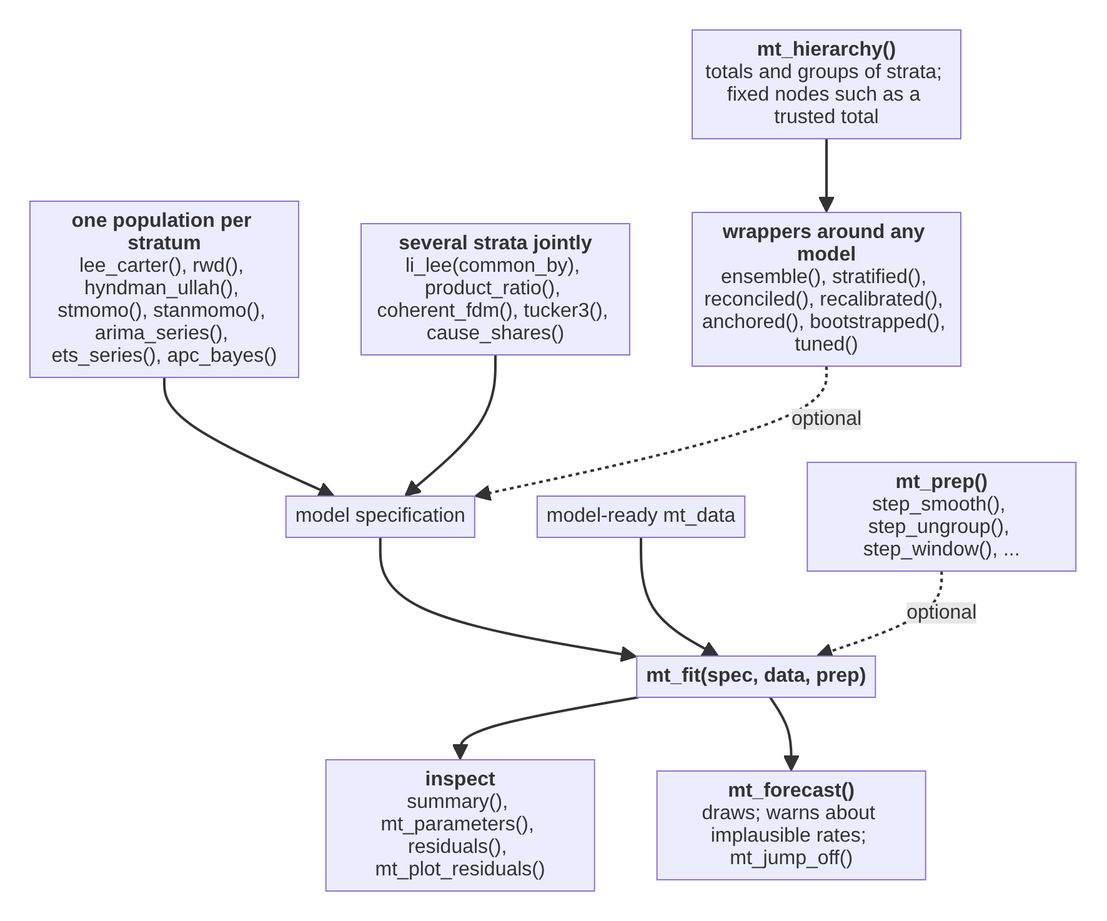
kalleEF/mortensor keeps this Mermaid diagram as vignettes/articles/function-map-models.png. Above is the earlier version. Its source is kept beside it as dev/diagrams/function-map-models.mmd.
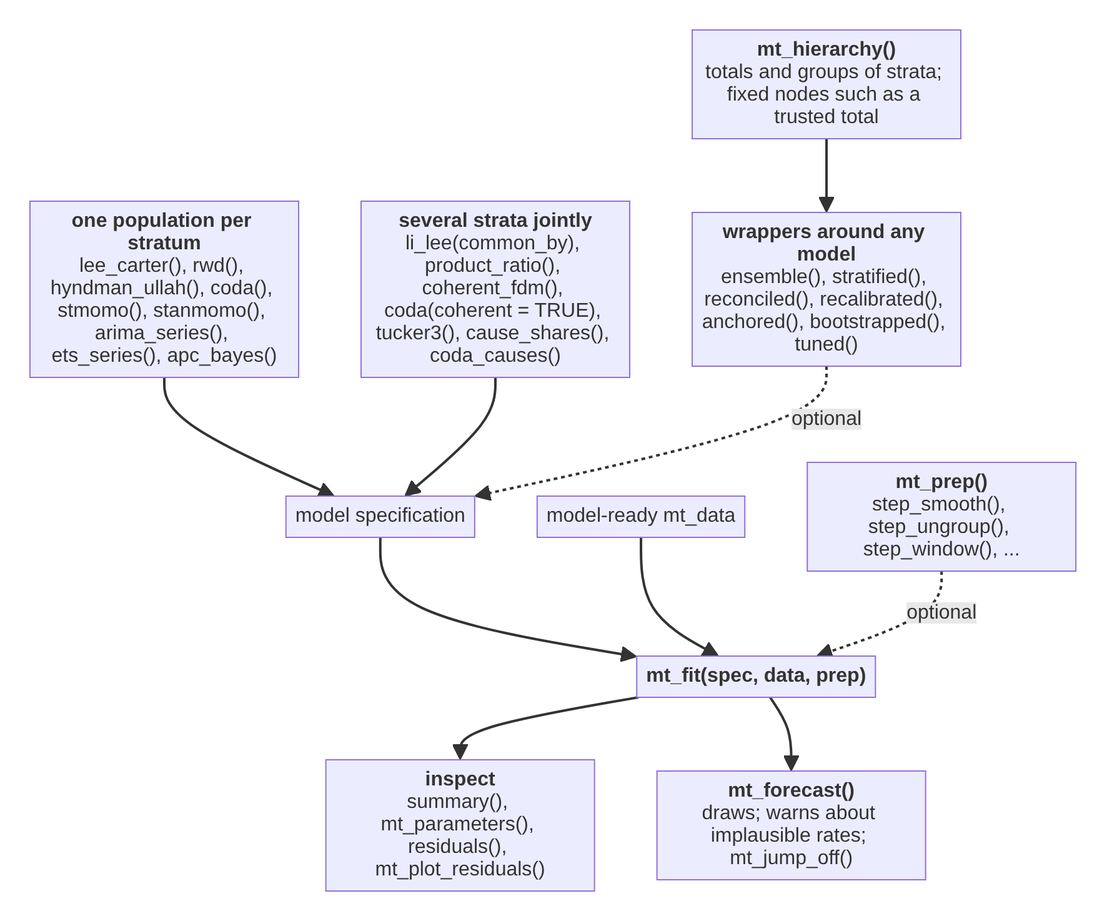
After the commit.

Change to the diagram source:
```diff
@@ -1,8 +1,8 @@
 flowchart TD
   ONE["`**one population per stratum**
-  lee_carter(), rwd(), hyndman_ullah(), stmomo(), stanmomo(), arima_series(), ets_series(), apc_bayes()`"]
+  lee_carter(), rwd(), hyndman_ullah(), coda(), stmomo(), stanmomo(), arima_series(), ets_series(), apc_bayes()`"]
   MANY["`**several strata jointly**
-  li_lee(common_by), product_ratio(), coherent_fdm(), tucker3(), cause_shares()`"]
+  li_lee(common_by), product_ratio(), coherent_fdm(), coda(coherent = TRUE), tucker3(), cause_shares(), coda_causes()`"]
   H["`**mt_hierarchy()**
   totals and groups of strata; fixed nodes such as a trusted total`"]
   WRAP["`**wrappers around any model**
```
